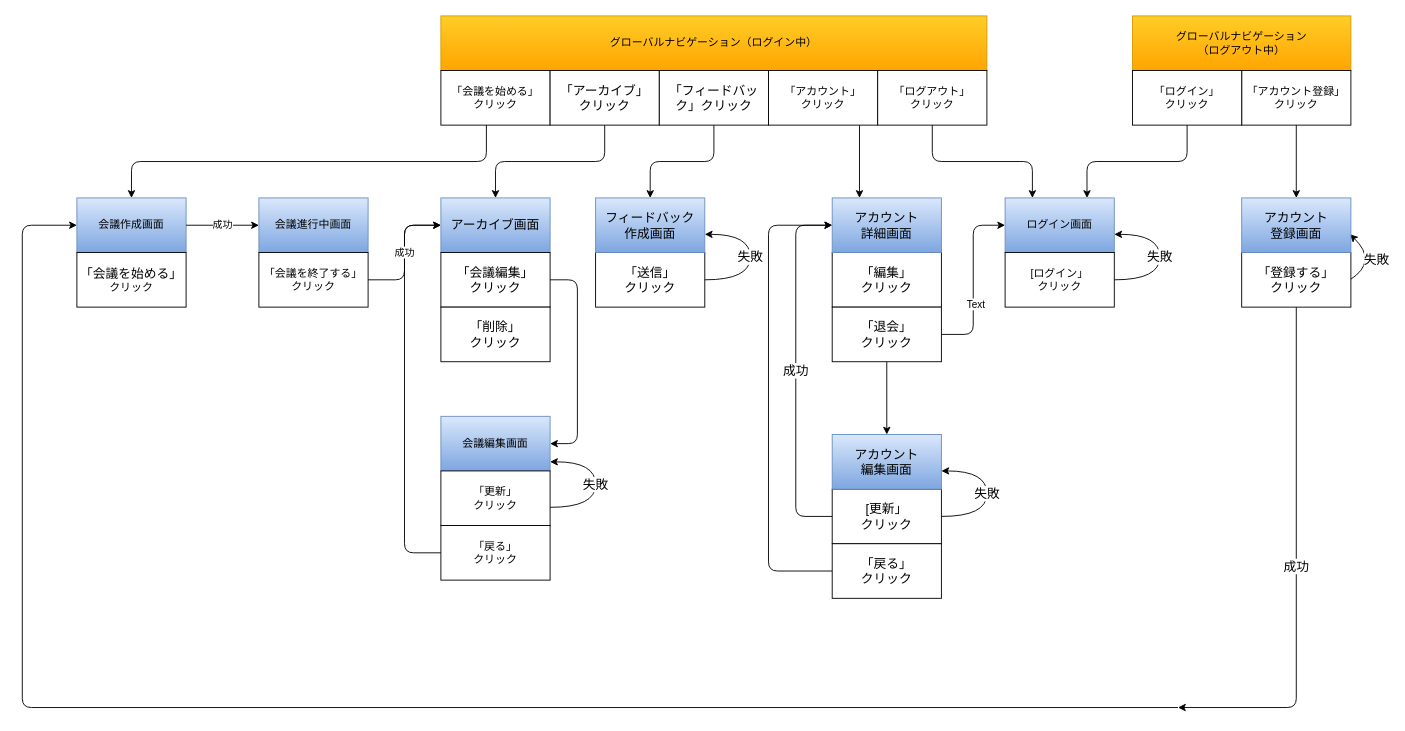
Above: screen_transition.drawio in ushimedia/catalog_task_2 (draw.io), before the change. Source tidied: cells renumbered, new cells numbered last; positions are measured from the earlier drawing's top-left corner, leaving out a move shared by most shapes. Both pictures are drawn from the tidied source at 91%, with x=0, y=0 at pixel (22, 15).
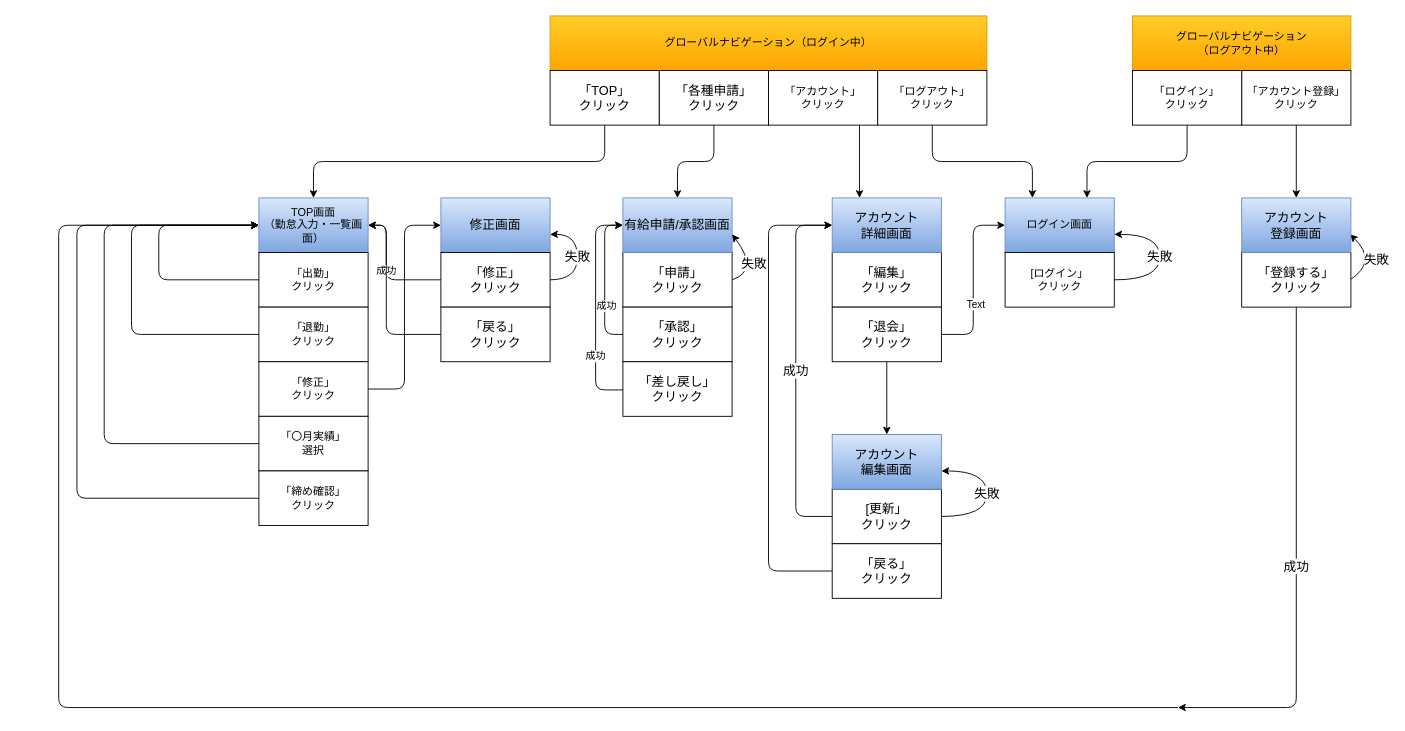
The same diagram, later.

The edit, as a diff of the source:
```diff
@@
     <mxCell id="2" value="グローバルナビゲーション（ログイン中）" style="rounded=0;whiteSpace=wrap;html=1;fillColor=#ffcd28;strokeColor=#d79b00;gradientColor=#ffa500;" parent="1" vertex="1">
-      <mxGeometry x="460" width="600" height="60" as="geometry" />
+      <mxGeometry x="580" width="480" height="60" as="geometry" />
     </mxCell>
-    <mxCell id="3" value="「会議を始める」&lt;br&gt;クリック" style="rounded=0;whiteSpace=wrap;html=1;" parent="1" vertex="1">
-      <mxGeometry x="460" y="60" width="120" height="60" as="geometry" />
-    </mxCell>
@@
-    <mxCell id="9" value="会議作成画面" style="rounded=0;whiteSpace=wrap;html=1;fillColor=#dae8fc;gradientColor=#7ea6e0;strokeColor=#6c8ebf;" parent="1" vertex="1">
-      <mxGeometry x="60" y="200" width="120" height="60" as="geometry" />
-    </mxCell>
-    <mxCell id="10" value="&lt;span style=&quot;font-size: 14px&quot;&gt;「会議を始める」&lt;br&gt;&lt;/span&gt;クリック" style="rounded=0;whiteSpace=wrap;html=1;" parent="1" vertex="1">
-      <mxGeometry x="60" y="260" width="120" height="60" as="geometry" />
-    </mxCell>
@@
     <mxCell id="16" value="&lt;font style=&quot;font-size: 14px&quot;&gt;失敗&lt;/font&gt;" style="curved=1;endArrow=classic;html=1;" parent="1" edge="1">
       <mxGeometry relative="1" as="geometry">
-        <mxPoint x="580" y="540" as="sourcePoint" />
-        <mxPoint x="580" y="490" as="targetPoint" />
+        <mxPoint x="580" y="290" as="sourcePoint" />
+        <mxPoint x="580" y="240" as="targetPoint" />
         <Array as="points">
-          <mxPoint x="630" y="540" />
-          <mxPoint x="630" y="490" />
-          <mxPoint x="580" y="490" />
+          <mxPoint x="610" y="290" />
+          <mxPoint x="610" y="240" />
+          <mxPoint x="580" y="240" />
         </Array>
       </mxGeometry>
     </mxCell>
@@
-    <mxCell id="21" value="「送信」&lt;br&gt;クリック" style="rounded=0;whiteSpace=wrap;html=1;fontSize=14;" parent="1" vertex="1">
-      <mxGeometry x="630" y="260" width="120" height="60" as="geometry" />
+    <mxCell id="21" value="「申請」&lt;br&gt;クリック" style="rounded=0;whiteSpace=wrap;html=1;fontSize=14;" parent="1" vertex="1">
+      <mxGeometry x="660" y="260" width="120" height="60" as="geometry" />
     </mxCell>
@@
-    <mxCell id="24" style="edgeStyle=elbowEdgeStyle;elbow=horizontal;endArrow=classic;html=1;fontSize=14;entryX=0;entryY=0.5;entryDx=0;entryDy=0;" parent="1" edge="1" target="9">
+    <mxCell id="24" style="edgeStyle=elbowEdgeStyle;elbow=horizontal;endArrow=classic;html=1;fontSize=14;entryX=0;entryY=0.5;entryDx=0;entryDy=0;" parent="1" edge="1" target="50">
       <mxGeometry relative="1" as="geometry">
         <mxPoint x="1270" y="760" as="sourcePoint" />
         <Array as="points">
-          <mxPoint y="490" />
+          <mxPoint x="40" y="500" />
         </Array>
       </mxGeometry>
     </mxCell>
@@
-    <mxCell id="34" value="アーカイブ画面" style="rounded=0;whiteSpace=wrap;html=1;fontSize=14;fillColor=#dae8fc;gradientColor=#7ea6e0;strokeColor=#6c8ebf;" parent="1" vertex="1">
+    <mxCell id="34" value="修正画面" style="rounded=0;whiteSpace=wrap;html=1;fontSize=14;fillColor=#dae8fc;gradientColor=#7ea6e0;strokeColor=#6c8ebf;" parent="1" vertex="1">
       <mxGeometry x="460" y="200" width="120" height="60" as="geometry" />
     </mxCell>
-    <mxCell id="35" value="「会議編集」&lt;br&gt;クリック" style="rounded=0;whiteSpace=wrap;html=1;fontSize=14;" parent="1" vertex="1">
+    <mxCell id="35" value="「修正」&lt;br&gt;クリック" style="rounded=0;whiteSpace=wrap;html=1;fontSize=14;" parent="1" vertex="1">
       <mxGeometry x="460" y="260" width="120" height="60" as="geometry" />
     </mxCell>
-    <mxCell id="36" value="「削除」&lt;br&gt;クリック" style="rounded=0;whiteSpace=wrap;html=1;fontSize=14;" parent="1" vertex="1">
+    <mxCell id="36" value="「戻る」&lt;br&gt;クリック" style="rounded=0;whiteSpace=wrap;html=1;fontSize=14;" parent="1" vertex="1">
       <mxGeometry x="460" y="320" width="120" height="60" as="geometry" />
     </mxCell>
-    <mxCell id="37" value="フィードバック&lt;br&gt;作成画面" style="rounded=0;whiteSpace=wrap;html=1;fontSize=14;fillColor=#dae8fc;gradientColor=#7ea6e0;strokeColor=#6c8ebf;" parent="1" vertex="1">
-      <mxGeometry x="630" y="200" width="120" height="60" as="geometry" />
+    <mxCell id="37" value="有給申請/承認画面" style="rounded=0;whiteSpace=wrap;html=1;fontSize=14;fillColor=#dae8fc;gradientColor=#7ea6e0;strokeColor=#6c8ebf;" parent="1" vertex="1">
+      <mxGeometry x="660" y="200" width="120" height="60" as="geometry" />
     </mxCell>
     <mxCell id="38" value="&lt;font style=&quot;font-size: 14px&quot;&gt;失敗&lt;/font&gt;" style="curved=1;endArrow=classic;html=1;" parent="1" edge="1">
       <mxGeometry relative="1" as="geometry">
-        <mxPoint x="750" y="290" as="sourcePoint" />
-        <mxPoint x="750" y="240" as="targetPoint" />
+        <mxPoint x="780" y="290" as="sourcePoint" />
+        <mxPoint x="780" y="240" as="targetPoint" />
         <Array as="points">
-          <mxPoint x="800" y="290" />
-          <mxPoint x="800" y="240" />
-          <mxPoint x="750" y="240" />
+          <mxPoint x="810" y="280" />
+          <mxPoint x="780" y="240" />
         </Array>
       </mxGeometry>
     </mxCell>
@@
-    <mxCell id="42" value="「アーカイブ」&lt;br&gt;クリック" style="rounded=0;whiteSpace=wrap;html=1;fontSize=14;" parent="1" vertex="1">
+    <mxCell id="42" value="「TOP」&lt;br&gt;クリック" style="rounded=0;whiteSpace=wrap;html=1;fontSize=14;" parent="1" vertex="1">
       <mxGeometry x="580" y="60" width="120" height="60" as="geometry" />
     </mxCell>
-    <mxCell id="43" value="「フィードバック」クリック" style="rounded=0;whiteSpace=wrap;html=1;fontSize=14;" parent="1" vertex="1">
+    <mxCell id="43" value="「各種申請」&lt;br&gt;クリック" style="rounded=0;whiteSpace=wrap;html=1;fontSize=14;" parent="1" vertex="1">
       <mxGeometry x="700" y="60" width="120" height="60" as="geometry" />
     </mxCell>
@@
-    <mxCell id="45" style="edgeStyle=elbowEdgeStyle;elbow=vertical;endArrow=classic;html=1;fontSize=14;entryX=0.5;entryY=0;entryDx=0;entryDy=0;exitX=0.5;exitY=1;exitDx=0;exitDy=0;" parent="1" edge="1" target="34">
+    <mxCell id="45" style="edgeStyle=elbowEdgeStyle;elbow=vertical;endArrow=classic;html=1;fontSize=14;entryX=0.5;entryY=0;entryDx=0;entryDy=0;exitX=0.5;exitY=1;exitDx=0;exitDy=0;" parent="1" edge="1" target="50">
       <mxGeometry relative="1" as="geometry">
         <mxPoint x="640" y="120" as="sourcePoint" />
       </mxGeometry>
     </mxCell>
-    <mxCell id="46" style="edgeStyle=elbowEdgeStyle;elbow=vertical;endArrow=classic;html=1;fontSize=14;entryX=0.5;entryY=0;entryDx=0;entryDy=0;exitX=0.5;exitY=1;exitDx=0;exitDy=0;" parent="1" edge="1" target="9">
-      <mxGeometry relative="1" as="geometry">
-        <mxPoint x="510" y="120" as="sourcePoint" />
-      </mxGeometry>
-    </mxCell>
-    <mxCell id="47" value="「戻る」&lt;br&gt;クリック" style="rounded=0;whiteSpace=wrap;html=1;" parent="1" vertex="1">
-      <mxGeometry x="460" y="560" width="120" height="60" as="geometry" />
-    </mxCell>
-    <mxCell id="48" value="会議編集画面" style="rounded=0;whiteSpace=wrap;html=1;fillColor=#dae8fc;gradientColor=#7ea6e0;strokeColor=#6c8ebf;" parent="1" vertex="1">
-      <mxGeometry x="460" y="440" width="120" height="60" as="geometry" />
-    </mxCell>
-    <mxCell id="49" style="edgeStyle=elbowEdgeStyle;elbow=horizontal;endArrow=classic;html=1;entryX=1;entryY=0.5;entryDx=0;entryDy=0;exitX=1;exitY=0.5;exitDx=0;exitDy=0;" parent="1" edge="1" source="35" target="48">
-      <mxGeometry relative="1" as="geometry">
-        <Array as="points">
-          <mxPoint x="610" y="390" />
-        </Array>
-      </mxGeometry>
-    </mxCell>
-    <mxCell id="50" value="会議進行中画面" style="rounded=0;whiteSpace=wrap;html=1;fillColor=#dae8fc;gradientColor=#7ea6e0;strokeColor=#6c8ebf;" parent="1" vertex="1">
+    <mxCell id="50" value="TOP画面&lt;br&gt;（勤怠入力・一覧画面）" style="rounded=0;whiteSpace=wrap;html=1;fillColor=#dae8fc;gradientColor=#7ea6e0;strokeColor=#6c8ebf;" parent="1" vertex="1">
       <mxGeometry x="260" y="200" width="120" height="60" as="geometry" />
     </mxCell>
-    <mxCell id="51" value="「更新」&lt;br&gt;クリック" style="rounded=0;whiteSpace=wrap;html=1;" parent="1" vertex="1">
-      <mxGeometry x="460" y="500" width="120" height="60" as="geometry" />
-    </mxCell>
-    <mxCell id="52" style="edgeStyle=elbowEdgeStyle;elbow=horizontal;endArrow=classic;html=1;entryX=0;entryY=0.5;entryDx=0;entryDy=0;exitX=0;exitY=0.5;exitDx=0;exitDy=0;" parent="1" edge="1" source="47" target="34">
-      <mxGeometry relative="1" as="geometry">
-        <Array as="points">
-          <mxPoint x="420" y="420" />
-        </Array>
-      </mxGeometry>
-    </mxCell>
-    <mxCell id="53" value="「会議を終了する」&lt;br&gt;クリック" style="rounded=0;whiteSpace=wrap;html=1;" parent="1" vertex="1">
+    <mxCell id="53" value="「出勤」&lt;br&gt;クリック" style="rounded=0;whiteSpace=wrap;html=1;" parent="1" vertex="1">
       <mxGeometry x="260" y="260" width="120" height="60" as="geometry" />
     </mxCell>
-    <mxCell id="54" value="成功" style="endArrow=classic;html=1;exitX=1;exitY=0.5;exitDx=0;exitDy=0;entryX=0;entryY=0.5;entryDx=0;entryDy=0;" parent="1" edge="1" source="9" target="50">
-      <mxGeometry relative="1" as="geometry" />
-    </mxCell>
-    <mxCell id="55" value="成功" style="edgeStyle=elbowEdgeStyle;elbow=horizontal;endArrow=classic;html=1;exitX=1;exitY=0.5;exitDx=0;exitDy=0;" parent="1" edge="1" source="53">
+    <mxCell id="55" value="成功" style="edgeStyle=elbowEdgeStyle;elbow=horizontal;endArrow=classic;html=1;exitX=0;exitY=0.5;exitDx=0;exitDy=0;entryX=1;entryY=0.5;entryDx=0;entryDy=0;" parent="1" edge="1" source="35" target="50">
       <mxGeometry relative="1" as="geometry">
-        <mxPoint x="460" y="230" as="targetPoint" />
+        <Array as="points">
+          <mxPoint x="400" y="270" />
+        </Array>
       </mxGeometry>
     </mxCell>
+    <mxCell id="56" value="「退勤」&lt;br&gt;クリック" style="rounded=0;whiteSpace=wrap;html=1;" parent="1" vertex="1">
+      <mxGeometry x="260" y="320" width="120" height="60" as="geometry" />
+    </mxCell>
+    <mxCell id="57" style="edgeStyle=elbowEdgeStyle;elbow=horizontal;endArrow=classic;html=1;entryX=0;entryY=0.5;entryDx=0;entryDy=0;exitX=0;exitY=0.5;exitDx=0;exitDy=0;" parent="1" edge="1" source="56" target="50">
+      <mxGeometry relative="1" as="geometry">
+        <Array as="points">
+          <mxPoint x="120" y="290" />
+        </Array>
+      </mxGeometry>
+    </mxCell>
+    <mxCell id="58" style="edgeStyle=elbowEdgeStyle;elbow=horizontal;endArrow=classic;html=1;entryX=0;entryY=0.5;entryDx=0;entryDy=0;exitX=0;exitY=0.5;exitDx=0;exitDy=0;" parent="1" edge="1" source="53" target="50">
+      <mxGeometry relative="1" as="geometry">
+        <Array as="points">
+          <mxPoint x="150" y="270" />
+        </Array>
+      </mxGeometry>
+    </mxCell>
+    <mxCell id="59" value="「修正」&lt;br&gt;クリック" style="rounded=0;whiteSpace=wrap;html=1;" parent="1" vertex="1">
+      <mxGeometry x="260" y="380" width="120" height="60" as="geometry" />
+    </mxCell>
+    <mxCell id="60" style="edgeStyle=elbowEdgeStyle;elbow=horizontal;endArrow=classic;html=1;entryX=0;entryY=0.5;entryDx=0;entryDy=0;exitX=1;exitY=0.5;exitDx=0;exitDy=0;" parent="1" edge="1" source="59" target="34">
+      <mxGeometry relative="1" as="geometry" />
+    </mxCell>
+    <mxCell id="61" value="「〇月実績」&lt;br&gt;選択" style="rounded=0;whiteSpace=wrap;html=1;" parent="1" vertex="1">
+      <mxGeometry x="260" y="440" width="120" height="60" as="geometry" />
+    </mxCell>
+    <mxCell id="62" style="edgeStyle=elbowEdgeStyle;elbow=horizontal;endArrow=classic;html=1;entryX=0;entryY=0.5;entryDx=0;entryDy=0;exitX=0;exitY=0.5;exitDx=0;exitDy=0;" parent="1" edge="1" source="61" target="50">
+      <mxGeometry relative="1" as="geometry">
+        <Array as="points">
+          <mxPoint x="90" y="360" />
+        </Array>
+      </mxGeometry>
+    </mxCell>
+    <mxCell id="63" style="edgeStyle=elbowEdgeStyle;elbow=horizontal;endArrow=classic;html=1;exitX=0;exitY=0.5;exitDx=0;exitDy=0;entryX=1;entryY=0.5;entryDx=0;entryDy=0;" parent="1" edge="1" target="50">
+      <mxGeometry relative="1" as="geometry">
+        <mxPoint x="460" y="350" as="sourcePoint" />
+        <Array as="points">
+          <mxPoint x="400" y="330" />
+        </Array>
+      </mxGeometry>
+    </mxCell>
+    <mxCell id="64" value="「承認」&lt;br&gt;クリック" style="rounded=0;whiteSpace=wrap;html=1;fontSize=14;" parent="1" vertex="1">
+      <mxGeometry x="660" y="320" width="120" height="60" as="geometry" />
+    </mxCell>
+    <mxCell id="65" value="「差し戻し」&lt;br&gt;クリック" style="rounded=0;whiteSpace=wrap;html=1;fontSize=14;" parent="1" vertex="1">
+      <mxGeometry x="660" y="380" width="120" height="60" as="geometry" />
+    </mxCell>
+    <mxCell id="66" style="edgeStyle=elbowEdgeStyle;elbow=horizontal;endArrow=classic;html=1;entryX=0;entryY=0.5;entryDx=0;entryDy=0;" parent="1" edge="1" target="37">
+      <mxGeometry relative="1" as="geometry">
+        <mxPoint x="660" y="411" as="sourcePoint" />
+        <Array as="points">
+          <mxPoint x="630" y="320" />
+        </Array>
+      </mxGeometry>
+    </mxCell>
+    <mxCell id="67" value="成功" style="edgeLabel;html=1;align=center;verticalAlign=middle;" parent="66" vertex="1">
+      <mxGeometry x="-0.44" y="1" relative="1" as="geometry">
+        <mxPoint y="-1" as="offset" />
+      </mxGeometry>
+    </mxCell>
+    <mxCell id="68" style="edgeStyle=elbowEdgeStyle;elbow=horizontal;endArrow=classic;html=1;exitX=0;exitY=0.5;exitDx=0;exitDy=0;" parent="1" edge="1" source="64">
+      <mxGeometry relative="1" as="geometry">
+        <mxPoint x="660" y="230" as="targetPoint" />
+        <Array as="points">
+          <mxPoint x="640" y="330" />
+        </Array>
+      </mxGeometry>
+    </mxCell>
+    <mxCell id="69" value="成功" style="edgeLabel;html=1;align=center;verticalAlign=middle;" parent="68" vertex="1">
+      <mxGeometry x="-0.35" y="-1" relative="1" as="geometry" />
+    </mxCell>
+    <mxCell id="70" value="「締め確認」&lt;br&gt;クリック" style="rounded=0;whiteSpace=wrap;html=1;" parent="1" vertex="1">
+      <mxGeometry x="260" y="500" width="120" height="60" as="geometry" />
+    </mxCell>
+    <mxCell id="71" style="edgeStyle=elbowEdgeStyle;elbow=horizontal;endArrow=classic;html=1;entryX=0;entryY=0.5;entryDx=0;entryDy=0;exitX=0;exitY=0.5;exitDx=0;exitDy=0;" parent="1" edge="1" source="70" target="50">
+      <mxGeometry relative="1" as="geometry">
+        <Array as="points">
+          <mxPoint x="60" y="390" />
+        </Array>
+      </mxGeometry>
+    </mxCell>
```
